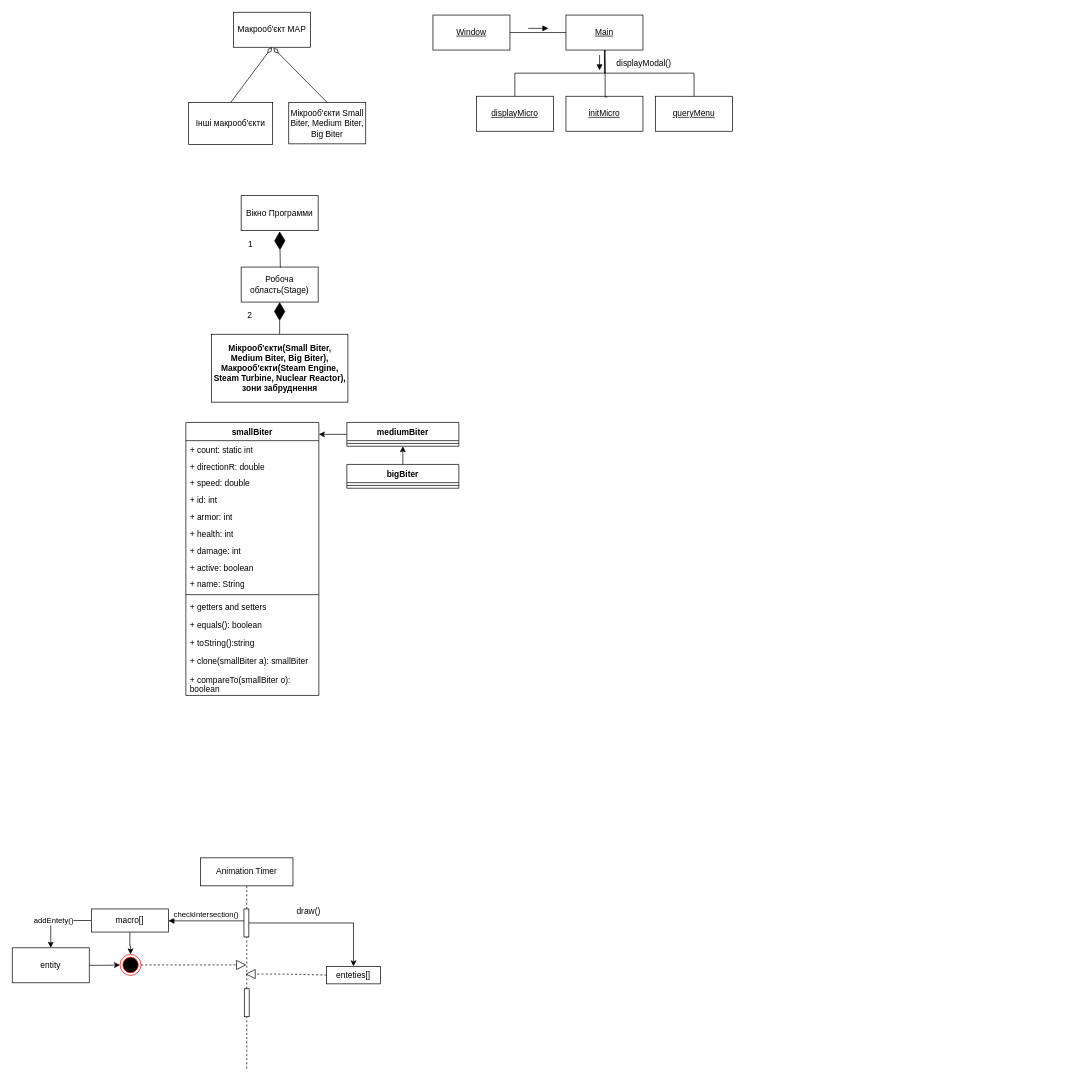
Earlier version of the draw.io diagram oop2023_3part.drawio (TheL0br1/OOP23). Source tidied: cells renumbered, new cells numbered last; positions are measured from the earlier drawing's top-left corner, leaving out a move shared by most shapes. Both pictures are drawn from the tidied source at 70%, with x=0, y=0 at pixel (12, 12).
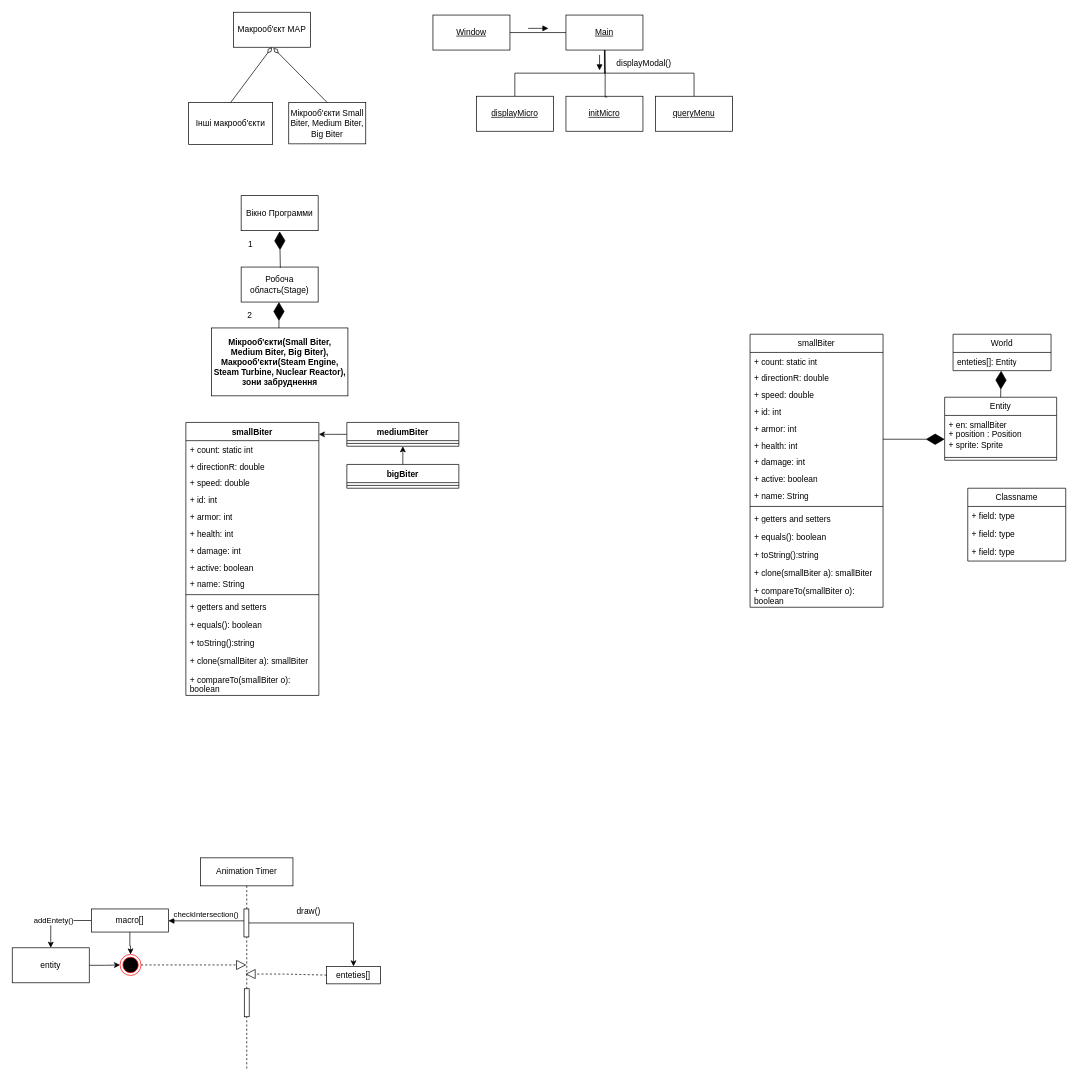
Above is the later version.

Unchanged cells that the change refers to:
```xml
<mxCell id="28" value="Робоча область(Stage)" style="html=1;whiteSpace=wrap;" parent="1" vertex="1">
  <mxGeometry x="327" y="364" width="110" height="50" as="geometry" />
</mxCell>
```

Change to the diagram source:
```diff
@@
     <mxCell id="29" value="&lt;b&gt;Мікрооб'єкти(Small Biter, Medium Biter, Big Biter), Макрооб'єкти(Steam Engine, Steam Turbine, Nuclear Reactor), зони забруднення&lt;/b&gt;" style="html=1;whiteSpace=wrap;" parent="1" vertex="1">
-      <mxGeometry x="284.5" y="460" width="195" height="97" as="geometry" />
+      <mxGeometry x="284.5" y="451" width="195" height="97" as="geometry" />
     </mxCell>
-    <mxCell id="30" style="endArrow=diamondThin;endFill=1;endSize=24;html=1;rounded=0;entryX=0.5;entryY=1;entryDx=0;entryDy=0;exitX=0.5;exitY=0;exitDx=0;exitDy=0;" parent="1" edge="1" source="29" target="28">
-      <mxGeometry relative="1" as="geometry" />
+    <mxCell id="30" style="endArrow=diamondThin;endFill=1;endSize=24;html=1;rounded=0;entryX=0.5;entryY=1;entryDx=0;entryDy=0;exitX=0.5;exitY=0;exitDx=0;exitDy=0;" parent="1" edge="1">
+      <mxGeometry relative="1" as="geometry">
+        <mxPoint x="381" y="451" as="sourcePoint" />
+        <mxPoint x="381" y="414" as="targetPoint" />
+      </mxGeometry>
     </mxCell>
@@
+    <mxCell id="64" value="&lt;span style=&quot;font-weight: normal;&quot;&gt;smallBiter&lt;/span&gt;" style="swimlane;fontStyle=1;align=center;verticalAlign=top;horizontal=1;startSize=26;whiteSpace=wrap;html=1;" parent="1" vertex="1">
+      <mxGeometry x="1054" y="460" width="190" height="390" as="geometry" />
+    </mxCell>
+    <mxCell id="65" value="+ count: static int" style="text;strokeColor=none;fillColor=none;align=left;verticalAlign=top;spacingLeft=4;spacingRight=4;overflow=hidden;whiteSpace=wrap;html=1;" parent="64" vertex="1">
+      <mxGeometry y="26" width="190" height="24" as="geometry" />
+    </mxCell>
+    <mxCell id="66" value="+ directionR: double" style="text;strokeColor=none;fillColor=none;align=left;verticalAlign=top;spacingLeft=4;spacingRight=4;overflow=hidden;whiteSpace=wrap;html=1;" parent="64" vertex="1">
+      <mxGeometry y="50" width="190" height="24" as="geometry" />
+    </mxCell>
+    <mxCell id="67" value="+ speed: double" style="text;strokeColor=none;fillColor=none;align=left;verticalAlign=top;spacingLeft=4;spacingRight=4;overflow=hidden;whiteSpace=wrap;html=1;" parent="64" vertex="1">
+      <mxGeometry y="74" width="190" height="24" as="geometry" />
+    </mxCell>
+    <mxCell id="68" value="+ id: int" style="text;strokeColor=none;fillColor=none;align=left;verticalAlign=top;spacingLeft=4;spacingRight=4;overflow=hidden;whiteSpace=wrap;html=1;" parent="64" vertex="1">
+      <mxGeometry y="98" width="190" height="24" as="geometry" />
+    </mxCell>
+    <mxCell id="69" value="+ armor: int" style="text;strokeColor=none;fillColor=none;align=left;verticalAlign=top;spacingLeft=4;spacingRight=4;overflow=hidden;whiteSpace=wrap;html=1;" parent="64" vertex="1">
+      <mxGeometry y="122" width="190" height="24" as="geometry" />
+    </mxCell>
+    <mxCell id="70" value="+ health: int" style="text;strokeColor=none;fillColor=none;align=left;verticalAlign=top;spacingLeft=4;spacingRight=4;overflow=hidden;whiteSpace=wrap;html=1;" parent="64" vertex="1">
+      <mxGeometry y="146" width="190" height="24" as="geometry" />
+    </mxCell>
+    <mxCell id="71" value="+ damage: int" style="text;strokeColor=none;fillColor=none;align=left;verticalAlign=top;spacingLeft=4;spacingRight=4;overflow=hidden;whiteSpace=wrap;html=1;" parent="64" vertex="1">
+      <mxGeometry y="170" width="190" height="24" as="geometry" />
+    </mxCell>
+    <mxCell id="72" value="+ active: boolean" style="text;strokeColor=none;fillColor=none;align=left;verticalAlign=top;spacingLeft=4;spacingRight=4;overflow=hidden;whiteSpace=wrap;html=1;" parent="64" vertex="1">
+      <mxGeometry y="194" width="190" height="24" as="geometry" />
+    </mxCell>
+    <mxCell id="73" value="+ name: String" style="text;strokeColor=none;fillColor=none;align=left;verticalAlign=top;spacingLeft=4;spacingRight=4;overflow=hidden;whiteSpace=wrap;html=1;" parent="64" vertex="1">
+      <mxGeometry y="218" width="190" height="24" as="geometry" />
+    </mxCell>
+    <mxCell id="74" style="line;strokeWidth=1;fillColor=none;align=left;verticalAlign=middle;spacingTop=-1;spacingLeft=3;spacingRight=3;labelPosition=right;strokeColor=inherit;" parent="64" vertex="1">
+      <mxGeometry y="242" width="190" height="8" as="geometry" />
+    </mxCell>
+    <mxCell id="75" value="+ getters and setters&lt;br&gt;" style="text;strokeColor=none;fillColor=none;align=left;verticalAlign=top;spacingLeft=4;spacingRight=4;overflow=hidden;whiteSpace=wrap;html=1;" parent="64" vertex="1">
+      <mxGeometry y="250" width="190" height="26" as="geometry" />
+    </mxCell>
+    <mxCell id="76" value="+ equals(): boolean" style="text;strokeColor=none;fillColor=none;align=left;verticalAlign=top;spacingLeft=4;spacingRight=4;overflow=hidden;whiteSpace=wrap;html=1;" parent="64" vertex="1">
+      <mxGeometry y="276" width="190" height="26" as="geometry" />
+    </mxCell>
+    <mxCell id="77" value="+ toString():string" style="text;strokeColor=none;fillColor=none;align=left;verticalAlign=top;spacingLeft=4;spacingRight=4;overflow=hidden;whiteSpace=wrap;html=1;" parent="64" vertex="1">
+      <mxGeometry y="302" width="190" height="26" as="geometry" />
+    </mxCell>
+    <mxCell id="78" value="+ clone(smallBiter a): smallBiter" style="text;strokeColor=none;fillColor=none;align=left;verticalAlign=top;spacingLeft=4;spacingRight=4;overflow=hidden;whiteSpace=wrap;html=1;" parent="64" vertex="1">
+      <mxGeometry y="328" width="190" height="26" as="geometry" />
+    </mxCell>
+    <mxCell id="79" value="+ compareTo(smallBiter o): boolean" style="text;strokeColor=none;fillColor=none;align=left;verticalAlign=top;spacingLeft=4;spacingRight=4;overflow=hidden;whiteSpace=wrap;html=1;" parent="64" vertex="1">
+      <mxGeometry y="354" width="190" height="36" as="geometry" />
+    </mxCell>
+    <mxCell id="80" value="World" style="swimlane;fontStyle=0;horizontal=1;startSize=26;fillColor=none;whiteSpace=wrap;html=1;" parent="1" vertex="1">
+      <mxGeometry x="1344" y="460" width="140" height="52" as="geometry" />
+    </mxCell>
+    <mxCell id="81" value="enteties[]: Entity" style="text;strokeColor=none;fillColor=none;align=left;verticalAlign=top;spacingLeft=4;spacingRight=4;overflow=hidden;points=[[0,0.5],[1,0.5]];portConstraint=eastwest;whiteSpace=wrap;html=1;" parent="80" vertex="1">
+      <mxGeometry y="26" width="140" height="26" as="geometry" />
+    </mxCell>
+    <mxCell id="82" value="&lt;span style=&quot;font-weight: normal;&quot;&gt;Entity&lt;/span&gt;" style="swimlane;fontStyle=1;align=center;verticalAlign=top;horizontal=1;startSize=26;whiteSpace=wrap;html=1;" parent="1" vertex="1">
+      <mxGeometry x="1332" y="550" width="160" height="90" as="geometry" />
+    </mxCell>
+    <mxCell id="83" value="+ en: smallBiter&lt;br&gt;+ position : Position&lt;br&gt;+ sprite: Sprite" style="text;strokeColor=none;fillColor=none;align=left;verticalAlign=top;spacingLeft=4;spacingRight=4;overflow=hidden;whiteSpace=wrap;html=1;" parent="82" vertex="1">
+      <mxGeometry y="26" width="160" height="56" as="geometry" />
+    </mxCell>
+    <mxCell id="84" style="line;strokeWidth=1;fillColor=none;align=left;verticalAlign=middle;spacingTop=-1;spacingLeft=3;spacingRight=3;labelPosition=right;strokeColor=inherit;" parent="82" vertex="1">
+      <mxGeometry y="82" width="160" height="8" as="geometry" />
+    </mxCell>
+    <mxCell id="85" style="endArrow=diamondThin;endFill=1;endSize=24;html=1;rounded=0;" parent="1" edge="1">
+      <mxGeometry relative="1" as="geometry">
+        <mxPoint x="1244" y="610" as="sourcePoint" />
+        <mxPoint x="1332" y="610" as="targetPoint" />
+      </mxGeometry>
+    </mxCell>
+    <mxCell id="86" style="endArrow=diamondThin;endFill=1;endSize=24;html=1;rounded=0;exitX=0.5;exitY=0;exitDx=0;exitDy=0;entryX=0.491;entryY=1.003;entryDx=0;entryDy=0;entryPerimeter=0;" parent="1" edge="1" source="82" target="81">
+      <mxGeometry relative="1" as="geometry" />
+    </mxCell>
+    <mxCell id="87" value="Classname" style="swimlane;fontStyle=0;horizontal=1;startSize=26;fillColor=none;whiteSpace=wrap;html=1;" parent="1" vertex="1">
+      <mxGeometry x="1365" y="680" width="140" height="104" as="geometry" />
+    </mxCell>
+    <mxCell id="88" value="+ field: type" style="text;strokeColor=none;fillColor=none;align=left;verticalAlign=top;spacingLeft=4;spacingRight=4;overflow=hidden;whiteSpace=wrap;html=1;" parent="87" vertex="1">
+      <mxGeometry y="26" width="140" height="26" as="geometry" />
+    </mxCell>
+    <mxCell id="89" value="+ field: type" style="text;strokeColor=none;fillColor=none;align=left;verticalAlign=top;spacingLeft=4;spacingRight=4;overflow=hidden;whiteSpace=wrap;html=1;" parent="87" vertex="1">
+      <mxGeometry y="52" width="140" height="26" as="geometry" />
+    </mxCell>
+    <mxCell id="90" value="+ field: type" style="text;strokeColor=none;fillColor=none;align=left;verticalAlign=top;spacingLeft=4;spacingRight=4;overflow=hidden;whiteSpace=wrap;html=1;" parent="87" vertex="1">
+      <mxGeometry y="78" width="140" height="26" as="geometry" />
+    </mxCell>
```
